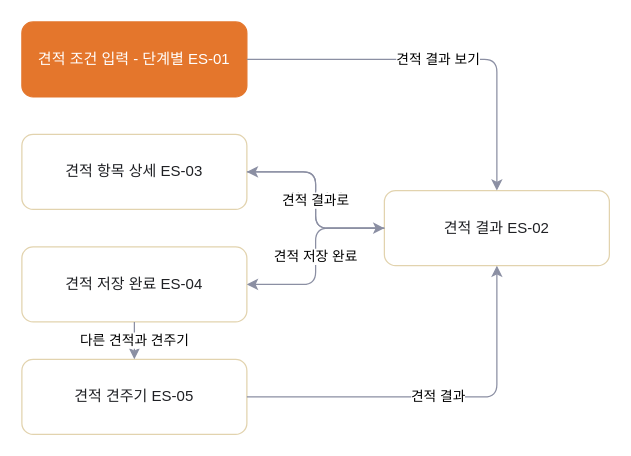
Earlier version of the draw.io diagram page "ES 견적" (4 of 10) of 판매용_템플릿/_판매팩/인테리어_디럭스/05_FLOW_흐름도.drawio (hyunplanb-cyber/ia-generation-platform). Source tidied: cells renumbered, new cells numbered last; positions are measured from the earlier drawing's top-left corner, leaving out a move shared by most shapes. Both pictures are drawn from the tidied source at 125%, with x=0, y=0 at pixel (21, 21).
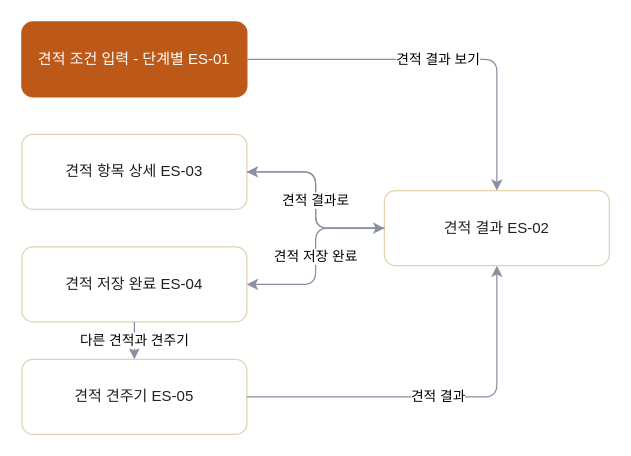
The same page after the edit.

What changed in the source:
```diff
@@
 <mxGraphModel>
   <root>
     <mxCell id="0" />
     <mxCell id="1" parent="0" />
-    <mxCell id="2" value="견적 조건 입력 - 단계별 ES-01" style="rounded=1;whiteSpace=wrap;html=1;fillColor=#E4762C;strokeColor=#E4762C;fontColor=#FFFFFF;" parent="1" vertex="1">
+    <mxCell id="2" value="견적 조건 입력 - 단계별 ES-01" style="rounded=1;whiteSpace=wrap;html=1;fillColor=#BC5918;strokeColor=#BC5918;fontColor=#FFFFFF;" parent="1" vertex="1">
       <mxGeometry width="180" height="60" as="geometry" />
     </mxCell>
     <mxCell id="3" value="견적 결과 ES-02" style="rounded=1;whiteSpace=wrap;html=1;fillColor=#FFFFFF;strokeColor=#E2D3AE;fontColor=#1F2024;" parent="1" vertex="1">
       <mxGeometry x="290" y="135" width="180" height="60" as="geometry" />
     </mxCell>
     <mxCell id="4" value="견적 항목 상세 ES-03" style="rounded=1;whiteSpace=wrap;html=1;fillColor=#FFFFFF;strokeColor=#E2D3AE;fontColor=#1F2024;" parent="1" vertex="1">
       <mxGeometry y="90" width="180" height="60" as="geometry" />
     </mxCell>
     <mxCell id="5" value="견적 저장 완료 ES-04" style="rounded=1;whiteSpace=wrap;html=1;fillColor=#FFFFFF;strokeColor=#E2D3AE;fontColor=#1F2024;" parent="1" vertex="1">
       <mxGeometry y="180" width="180" height="60" as="geometry" />
     </mxCell>
     <mxCell id="6" value="견적 견주기 ES-05" style="rounded=1;whiteSpace=wrap;html=1;fillColor=#FFFFFF;strokeColor=#E2D3AE;fontColor=#1F2024;" parent="1" vertex="1">
       <mxGeometry y="270" width="180" height="60" as="geometry" />
     </mxCell>
     <mxCell id="7" value="견적 결과 보기" style="edgeStyle=orthogonalEdgeStyle;rounded=1;html=1;strokeColor=#8B8FA3;" parent="1" edge="1" source="2" target="3">
       <mxGeometry relative="1" as="geometry" />
     </mxCell>
     <mxCell id="8" value="항목 상세" style="edgeStyle=orthogonalEdgeStyle;rounded=1;html=1;strokeColor=#8B8FA3;" parent="1" edge="1" source="3" target="4">
       <mxGeometry relative="1" as="geometry" />
     </mxCell>
     <mxCell id="9" value="견적 저장 완료" style="edgeStyle=orthogonalEdgeStyle;rounded=1;html=1;strokeColor=#8B8FA3;" parent="1" edge="1" source="3" target="5">
       <mxGeometry relative="1" as="geometry" />
     </mxCell>
     <mxCell id="10" value="견적 결과로" style="edgeStyle=orthogonalEdgeStyle;rounded=1;html=1;strokeColor=#8B8FA3;" parent="1" edge="1" source="4" target="3">
       <mxGeometry relative="1" as="geometry" />
     </mxCell>
     <mxCell id="11" value="다른 견적과 견주기" style="edgeStyle=orthogonalEdgeStyle;rounded=1;html=1;strokeColor=#8B8FA3;" parent="1" edge="1" source="5" target="6">
       <mxGeometry relative="1" as="geometry" />
     </mxCell>
     <mxCell id="12" value="견적 결과" style="edgeStyle=orthogonalEdgeStyle;rounded=1;html=1;strokeColor=#8B8FA3;" parent="1" edge="1" source="6" target="3">
       <mxGeometry relative="1" as="geometry" />
     </mxCell>
   </root>
 </mxGraphModel>
```
